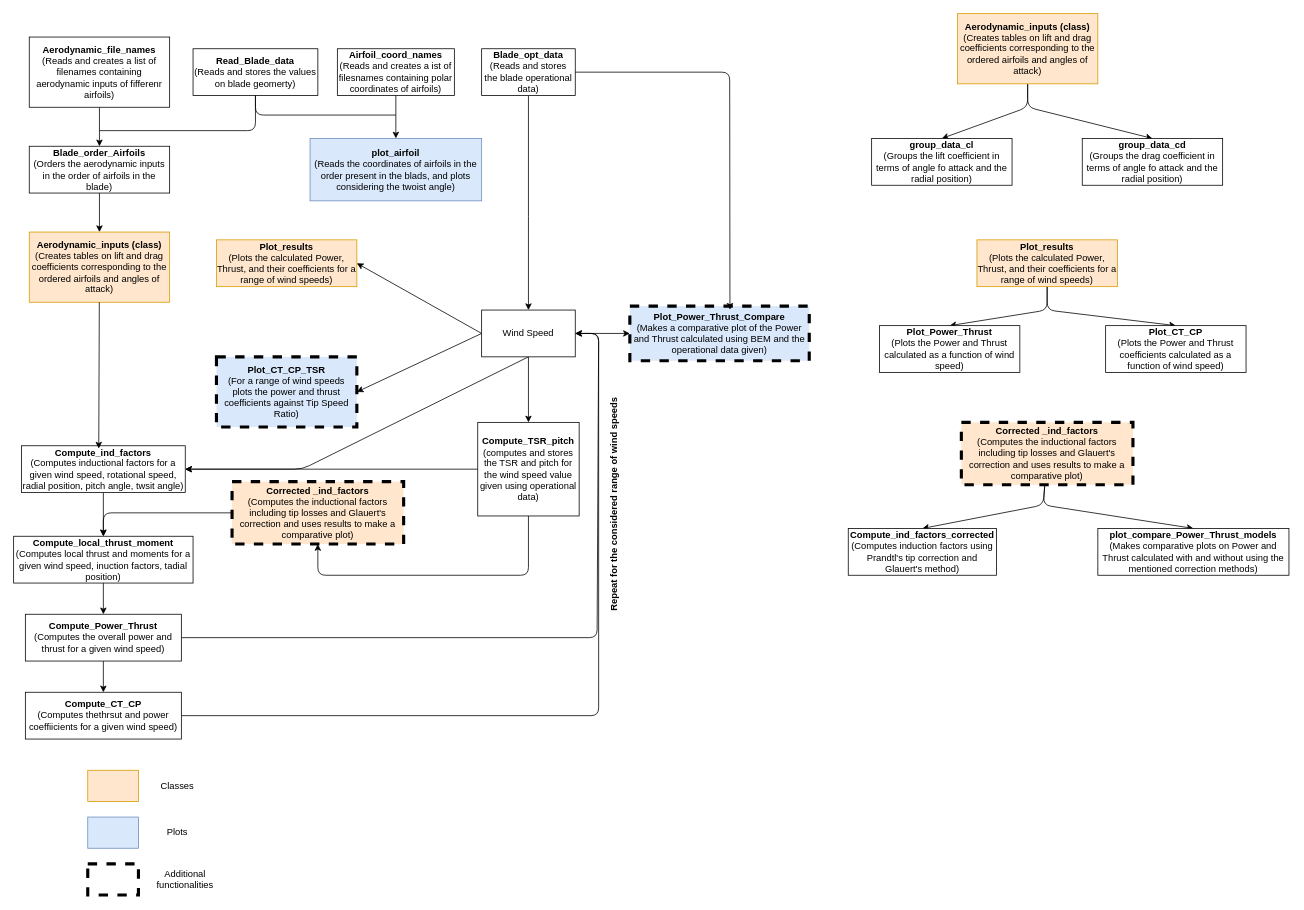
The draw.io diagram Flow_Chart.drawio in DTUWindEducation/final-project-lightning_mcteam, before the edit. Source tidied: cells renumbered, new cells numbered last; positions are measured from the earlier drawing's top-left corner, leaving out a move shared by most shapes. Both pictures are drawn from the tidied source at 78%, with x=0, y=0 at pixel (13, 13).
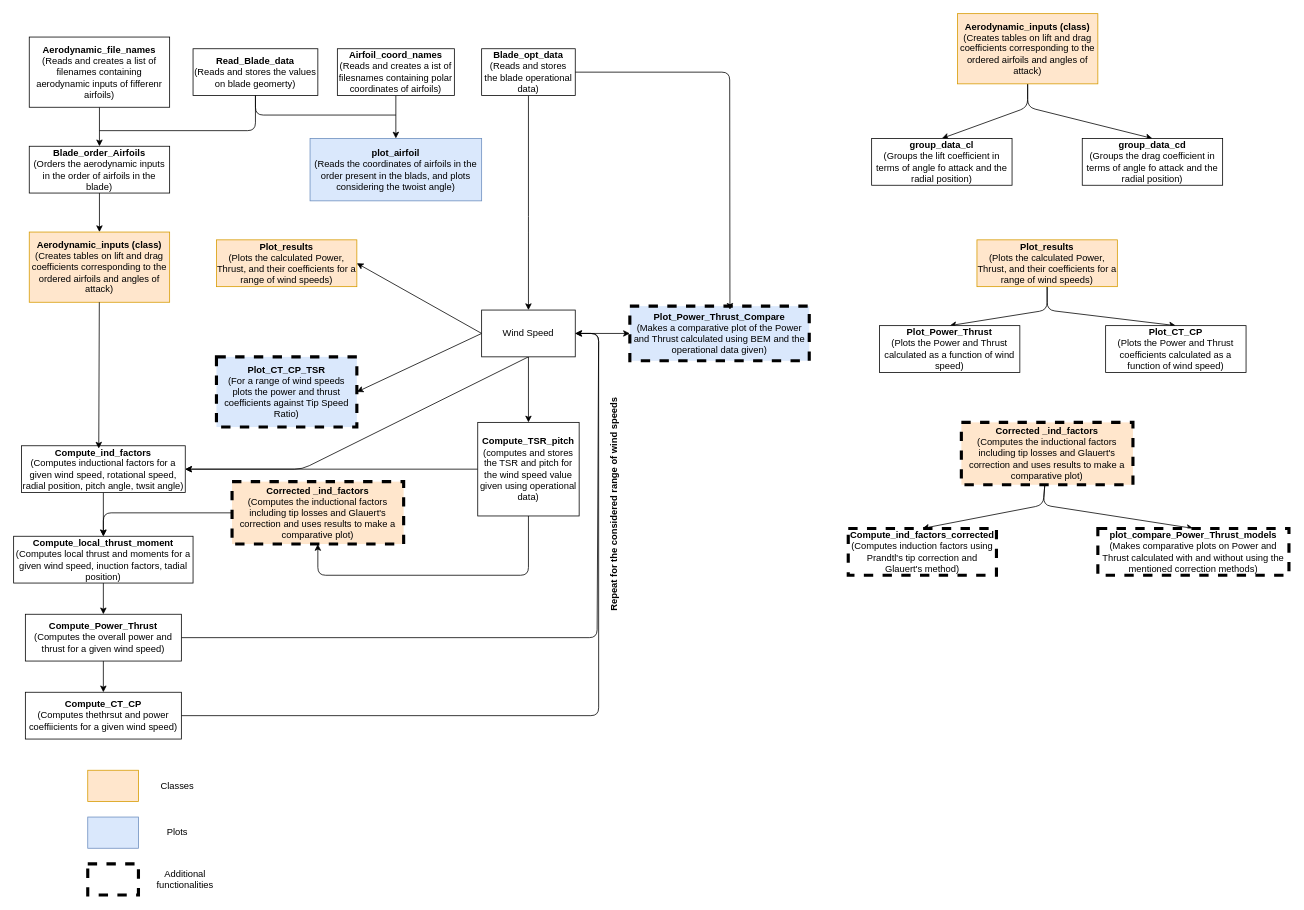
The same diagram, later.

Commit message:
Updating Flow_Chart

The edit, as a diff of the source:
```diff
@@
-    <mxCell id="60" value="&lt;b&gt;Compute_ind_factors_corrected&lt;/b&gt;&lt;br&gt;&lt;div&gt;(Computes induction factors using Prandtl's tip correction and Glauert's method)&lt;/div&gt;" style="rounded=0;whiteSpace=wrap;html=1;" parent="1" vertex="1">
+    <mxCell id="60" value="&lt;b&gt;Compute_ind_factors_corrected&lt;/b&gt;&lt;br&gt;&lt;div&gt;(Computes induction factors using Prandtl's tip correction and Glauert's method)&lt;/div&gt;" style="rounded=0;whiteSpace=wrap;html=1;dashed=1;strokeWidth=4;" parent="1" vertex="1">
       <mxGeometry x="1070" y="660" width="190" height="60" as="geometry" />
     </mxCell>
-    <mxCell id="61" value="&lt;b&gt;plot_compare_Power_Thrust_models&lt;/b&gt;&lt;br&gt;&lt;div&gt;(Makes comparative plots on Power and Thrust calculated with and without using the mentioned correction methods)&lt;/div&gt;" style="rounded=0;whiteSpace=wrap;html=1;" parent="1" vertex="1">
+    <mxCell id="61" value="&lt;b&gt;plot_compare_Power_Thrust_models&lt;/b&gt;&lt;br&gt;&lt;div&gt;(Makes comparative plots on Power and Thrust calculated with and without using the mentioned correction methods)&lt;/div&gt;" style="rounded=0;whiteSpace=wrap;html=1;dashed=1;strokeWidth=4;" parent="1" vertex="1">
       <mxGeometry x="1390" y="660" width="245" height="60" as="geometry" />
     </mxCell>
```
